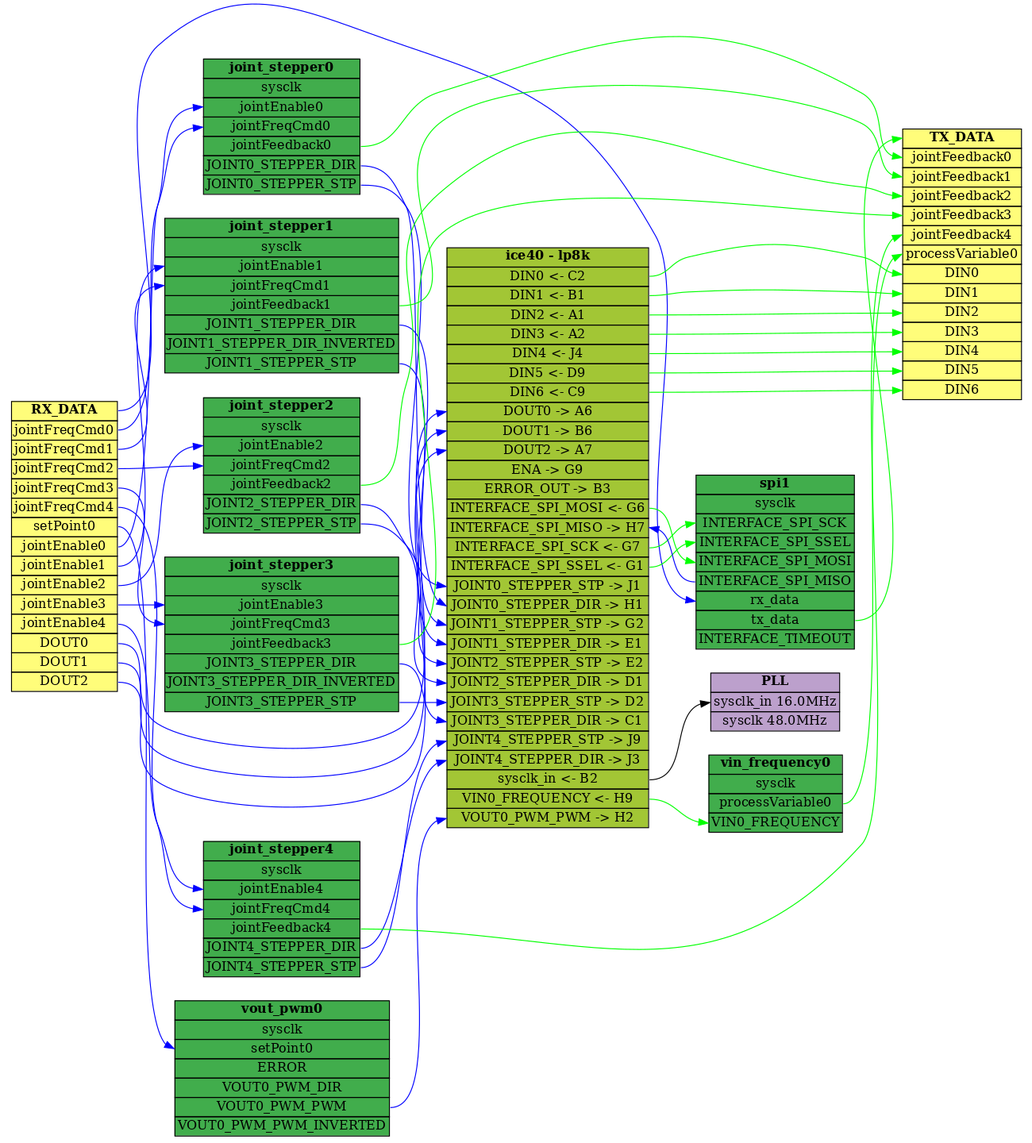
Earlier version of the Graphviz export Output/TinyFPGA-BX_BOB/doc/flowchart.png (multigcs/LinuxCNC-RIO). Its source is kept beside it as Output/TinyFPGA-BX_BOB/doc/flowchart.gv.
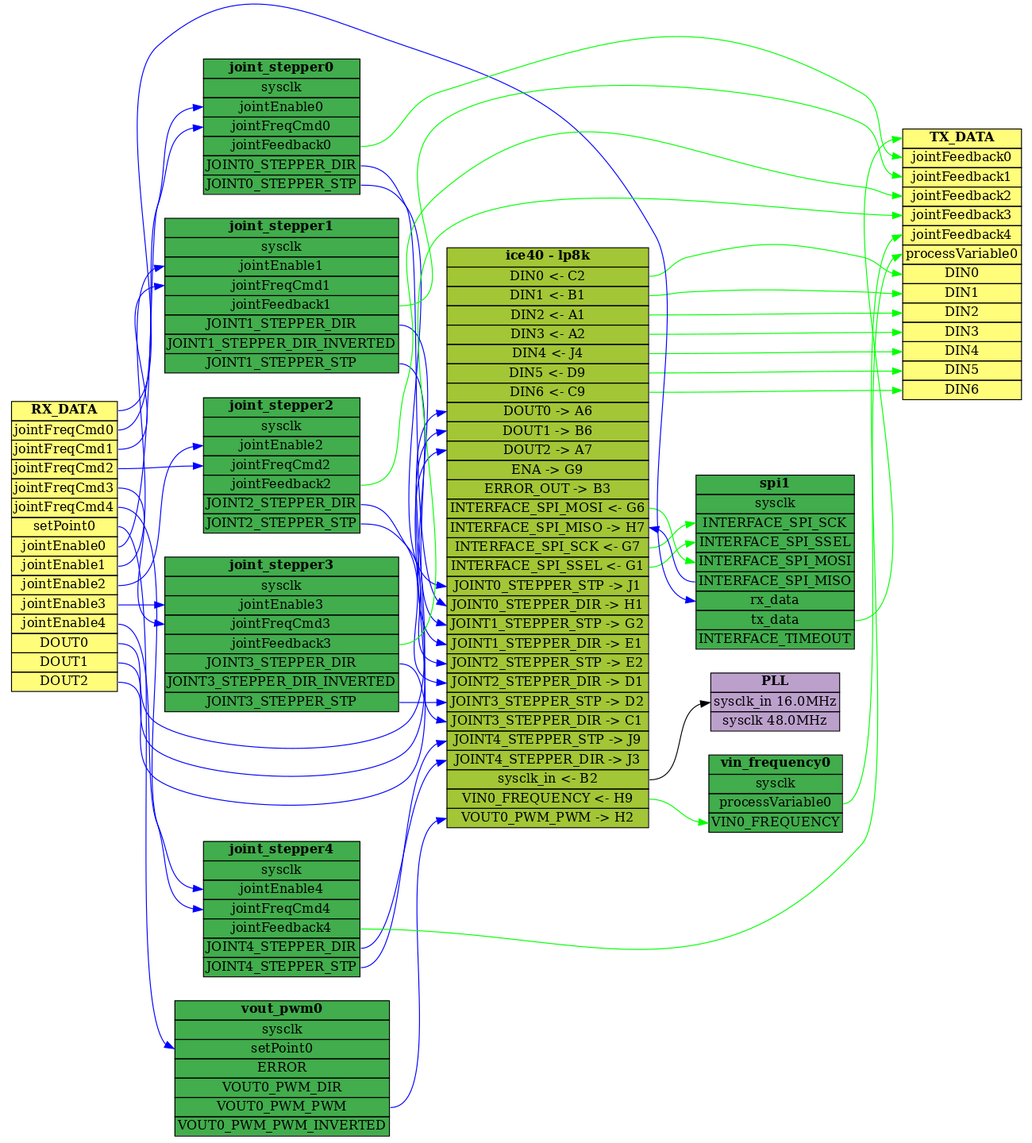
After the commit.

Diff of the diagram source:
```diff
@@ -1,6 +1,7 @@
 digraph firmware {
 	node [shape=plaintext]
 	rankdir=LR size=15
+	pins [label=<<TABLE bgcolor="#a2c635" BORDER="0" CELLBORDER="1" CELLSPACING="0"><TR><TD><B>ice40 - lp8k</B></TD></TR><TR><TD PORT="DIN0">DIN0 &lt;- C2</TD></TR><TR><TD PORT="DIN1">DIN1 &lt;- B1</TD></TR><TR><TD PORT="DIN2">DIN2 &lt;- A1</TD></TR><TR><TD PORT="DIN3">DIN3 &lt;- A2</TD></TR><TR><TD PORT="DIN4">DIN4 &lt;- J4</TD></TR><TR><TD PORT="DIN5">DIN5 &lt;- D9</TD></TR><TR><TD PORT="DIN6">DIN6 &lt;- C9</TD></TR><TR><TD PORT="DOUT0">DOUT0 -&gt; A6</TD></TR><TR><TD PORT="DOUT1">DOUT1 -&gt; B6</TD></TR><TR><TD PORT="DOUT2">DOUT2 -&gt; A7</TD></TR><TR><TD PORT="ENA">ENA -&gt; G9</TD></TR><TR><TD PORT="ERROR_OUT">ERROR_OUT -&gt; B3</TD></TR><TR><TD PORT="INTERFACE_SPI_MOSI">INTERFACE_SPI_MOSI &lt;- G6</TD></TR><TR><TD PORT="INTERFACE_SPI_MISO">INTERFACE_SPI_MISO -&gt; H7</TD></TR><TR><TD PORT="INTERFACE_SPI_SCK">INTERFACE_SPI_SCK &lt;- G7</TD></TR><TR><TD PORT="INTERFACE_SPI_SSEL">INTERFACE_SPI_SSEL &lt;- G1</TD></TR><TR><TD PORT="JOINT0_STEPPER_STP">JOINT0_STEPPER_STP -&gt; J1</TD></TR><TR><TD PORT="JOINT0_STEPPER_DIR">JOINT0_STEPPER_DIR -&gt; H1</TD></TR><TR><TD PORT="JOINT1_STEPPER_STP">JOINT1_STEPPER_STP -&gt; G2</TD></TR><TR><TD PORT="JOINT1_STEPPER_DIR">JOINT1_STEPPER_DIR -&gt; E1</TD></TR><TR><TD PORT="JOINT2_STEPPER_STP">JOINT2_STEPPER_STP -&gt; E2</TD></TR><TR><TD PORT="JOINT2_STEPPER_DIR">JOINT2_STEPPER_DIR -&gt; D1</TD></TR><TR><TD PORT="JOINT3_STEPPER_STP">JOINT3_STEPPER_STP -&gt; D2</TD></TR><TR><TD PORT="JOINT3_STEPPER_DIR">JOINT3_STEPPER_DIR -&gt; C1</TD></TR><TR><TD PORT="JOINT4_STEPPER_STP">JOINT4_STEPPER_STP -&gt; J9</TD></TR><TR><TD PORT="JOINT4_STEPPER_DIR">JOINT4_STEPPER_DIR -&gt; J3</TD></TR><TR><TD PORT="sysclk_in">sysclk_in &lt;- B2</TD></TR><TR><TD PORT="VIN0_FREQUENCY">VIN0_FREQUENCY &lt;- H9</TD></TR><TR><TD PORT="VOUT0_PWM_PWM">VOUT0_PWM_PWM -&gt; H2</TD></TR></TABLE>>]
 	rx_data:DOUT0 -> pins:DOUT0 [color=blue]
 	rx_data:DOUT1 -> pins:DOUT1 [color=blue]
 	rx_data:DOUT2 -> pins:DOUT2 [color=blue]
@@ -13,7 +14,6 @@
 	pins:DIN5 -> tx_data:DIN5 [color=green]
 	pins:DIN6 -> tx_data:DIN6 [color=green]
 	tx_data [label=<<TABLE bgcolor="#fffd7a" BORDER="0" CELLBORDER="1" CELLSPACING="0"><TR><TD PORT="tx_data"><B>TX_DATA</B></TD></TR><TR><TD PORT="jointFeedback0">jointFeedback0</TD></TR><TR><TD PORT="jointFeedback1">jointFeedback1</TD></TR><TR><TD PORT="jointFeedback2">jointFeedback2</TD></TR><TR><TD PORT="jointFeedback3">jointFeedback3</TD></TR><TR><TD PORT="jointFeedback4">jointFeedback4</TD></TR><TR><TD PORT="processVariable0">processVariable0</TD></TR><TR><TD PORT="DIN0">DIN0</TD></TR><TR><TD PORT="DIN1">DIN1</TD></TR><TR><TD PORT="DIN2">DIN2</TD></TR><TR><TD PORT="DIN3">DIN3</TD></TR><TR><TD PORT="DIN4">DIN4</TD></TR><TR><TD PORT="DIN5">DIN5</TD></TR><TR><TD PORT="DIN6">DIN6</TD></TR></TABLE>>]
-	pins [label=<<TABLE bgcolor="#a2c635" BORDER="0" CELLBORDER="1" CELLSPACING="0"><TR><TD><B>ice40 - lp8k</B></TD></TR><TR><TD PORT="DIN0">DIN0 &lt;- C2</TD></TR><TR><TD PORT="DIN1">DIN1 &lt;- B1</TD></TR><TR><TD PORT="DIN2">DIN2 &lt;- A1</TD></TR><TR><TD PORT="DIN3">DIN3 &lt;- A2</TD></TR><TR><TD PORT="DIN4">DIN4 &lt;- J4</TD></TR><TR><TD PORT="DIN5">DIN5 &lt;- D9</TD></TR><TR><TD PORT="DIN6">DIN6 &lt;- C9</TD></TR><TR><TD PORT="DOUT0">DOUT0 -&gt; A6</TD></TR><TR><TD PORT="DOUT1">DOUT1 -&gt; B6</TD></TR><TR><TD PORT="DOUT2">DOUT2 -&gt; A7</TD></TR><TR><TD PORT="ENA">ENA -&gt; G9</TD></TR><TR><TD PORT="ERROR_OUT">ERROR_OUT -&gt; B3</TD></TR><TR><TD PORT="INTERFACE_SPI_MOSI">INTERFACE_SPI_MOSI &lt;- G6</TD></TR><TR><TD PORT="INTERFACE_SPI_MISO">INTERFACE_SPI_MISO -&gt; H7</TD></TR><TR><TD PORT="INTERFACE_SPI_SCK">INTERFACE_SPI_SCK &lt;- G7</TD></TR><TR><TD PORT="INTERFACE_SPI_SSEL">INTERFACE_SPI_SSEL &lt;- G1</TD></TR><TR><TD PORT="JOINT0_STEPPER_STP">JOINT0_STEPPER_STP -&gt; J1</TD></TR><TR><TD PORT="JOINT0_STEPPER_DIR">JOINT0_STEPPER_DIR -&gt; H1</TD></TR><TR><TD PORT="JOINT1_STEPPER_STP">JOINT1_STEPPER_STP -&gt; G2</TD></TR><TR><TD PORT="JOINT1_STEPPER_DIR">JOINT1_STEPPER_DIR -&gt; E1</TD></TR><TR><TD PORT="JOINT2_STEPPER_STP">JOINT2_STEPPER_STP -&gt; E2</TD></TR><TR><TD PORT="JOINT2_STEPPER_DIR">JOINT2_STEPPER_DIR -&gt; D1</TD></TR><TR><TD PORT="JOINT3_STEPPER_STP">JOINT3_STEPPER_STP -&gt; D2</TD></TR><TR><TD PORT="JOINT3_STEPPER_DIR">JOINT3_STEPPER_DIR -&gt; C1</TD></TR><TR><TD PORT="JOINT4_STEPPER_STP">JOINT4_STEPPER_STP -&gt; J9</TD></TR><TR><TD PORT="JOINT4_STEPPER_DIR">JOINT4_STEPPER_DIR -&gt; J3</TD></TR><TR><TD PORT="sysclk_in">sysclk_in &lt;- B2</TD></TR><TR><TD PORT="VIN0_FREQUENCY">VIN0_FREQUENCY &lt;- H9</TD></TR><TR><TD PORT="VOUT0_PWM_PWM">VOUT0_PWM_PWM -&gt; H2</TD></TR></TABLE>>]
 	pll [label=<<TABLE bgcolor="#bca0cc" BORDER="0" CELLBORDER="1" CELLSPACING="0"><TR><TD><B>PLL</B></TD></TR><TR><TD PORT="sysclk_in">sysclk_in 16.0MHz</TD></TR><TR><TD PORT="sysclk">sysclk 48.0MHz</TD></TR></TABLE>>]
 	pins:sysclk_in -> pll:sysclk_in
 	vin_frequency0 [label=vin_frequency0]
```
